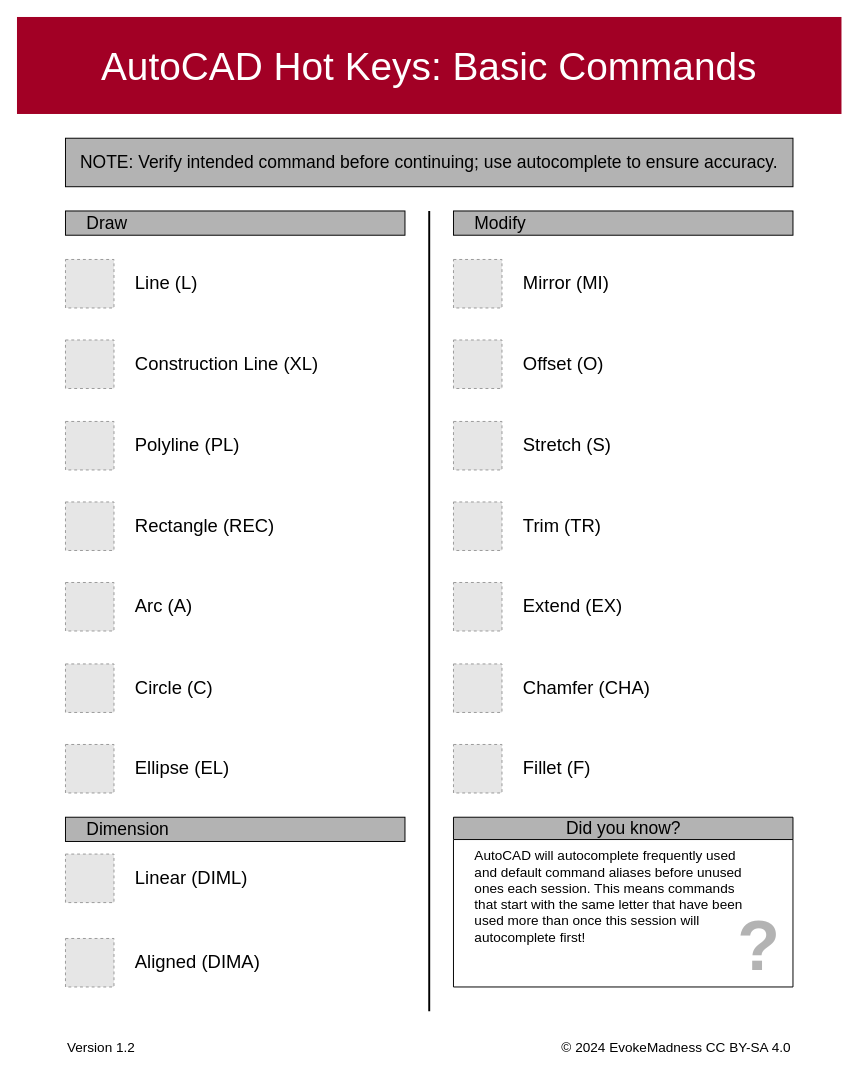
The draw.io diagram page "Favorites" (1 of 4) of src/drawio/autoCAD-hot-keys.drawio in EvokeMadness/AutoCAD-hot-keys, before the edit. Source tidied: cells renumbered, new cells numbered last; positions are measured from the earlier drawing's top-left corner, leaving out a move shared by most shapes. Both pictures are drawn from the tidied source at 97%, with x=0, y=0 at pixel (16, 16). Pictures stored in the file or linked from it are replaced by grey dashed boxes.
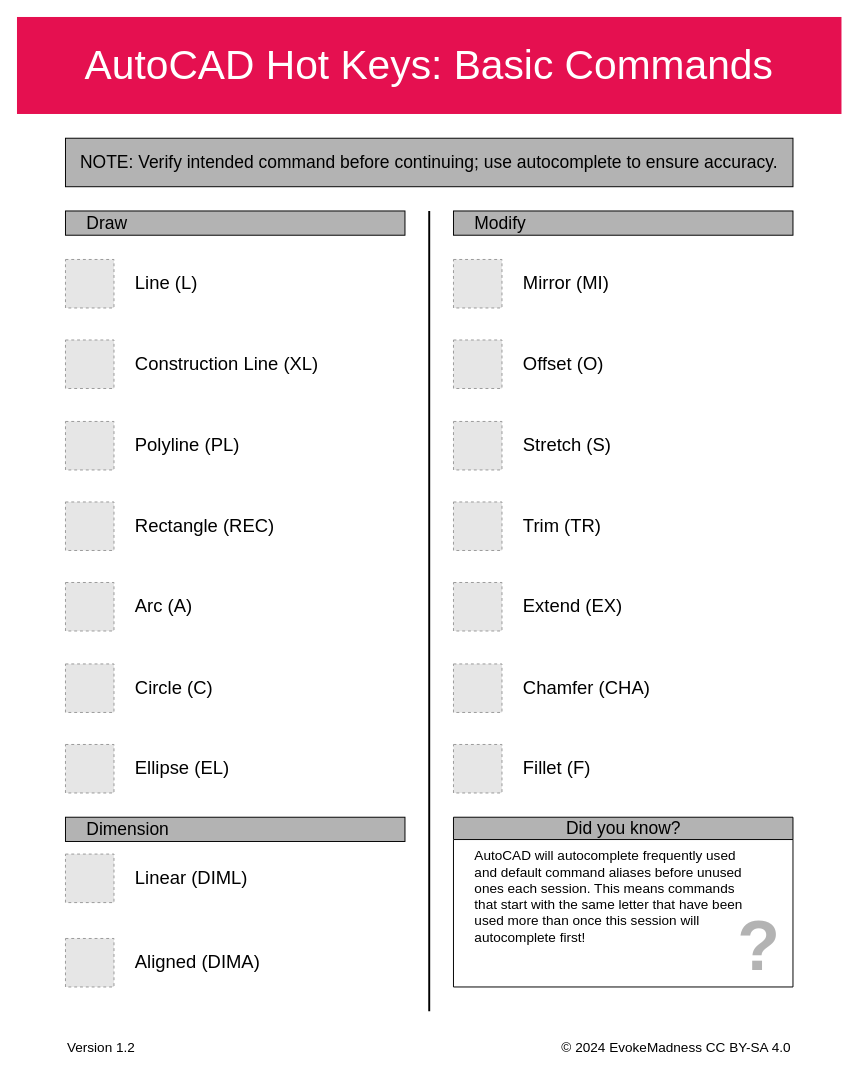
After the change.

Change to the diagram source:
```diff
@@
-    <mxCell id="28" value="&lt;font style=&quot;text-wrap-mode: nowrap;&quot;&gt;AutoCAD Hot Keys:&amp;nbsp;&lt;/font&gt;&lt;font style=&quot;text-wrap-mode: nowrap;&quot;&gt;Basic Commands&lt;/font&gt;" style="rounded=0;whiteSpace=wrap;fillColor=#A20025;html=1;strokeColor=none;fontFamily=Helvetica;fontColor=#FFFFFF;textShadow=0;shadow=0;fontSize=40;" parent="1" vertex="1">
+    <mxCell id="28" value="&lt;font style=&quot;text-wrap-mode: nowrap;&quot;&gt;AutoCAD Hot Keys:&amp;nbsp;&lt;/font&gt;&lt;font style=&quot;text-wrap-mode: nowrap;&quot;&gt;Basic Commands&lt;/font&gt;" style="rounded=0;whiteSpace=wrap;fillColor=#E51050;html=1;strokeColor=none;fontFamily=Helvetica;fontColor=#FFFFFF;textShadow=0;shadow=0;fontSize=42;" parent="1" vertex="1">
       <mxGeometry width="850" height="100" as="geometry" />
     </mxCell>
```
